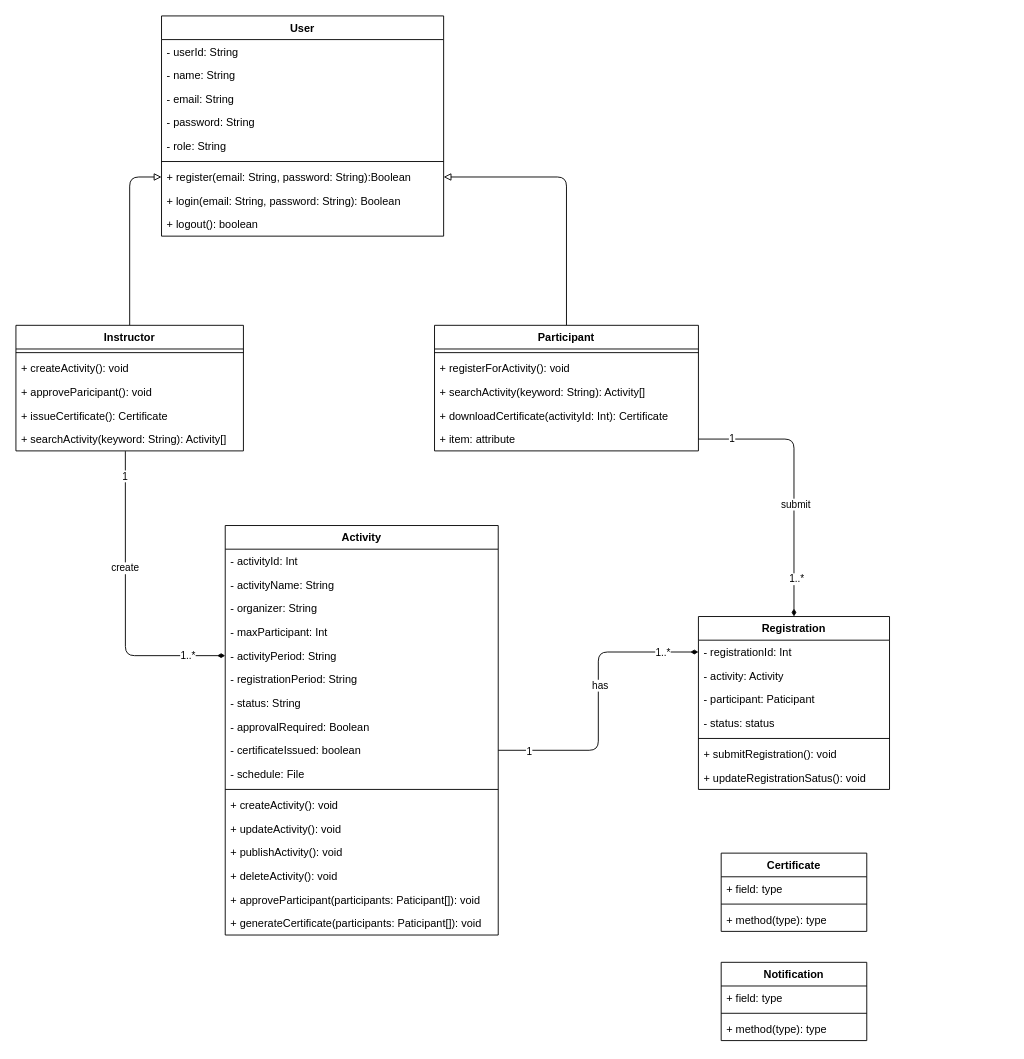
This is classDiagram.drawio from JeyZ9/drawio-oop001, a draw.io file, before an edit. Source tidied: cells renumbered, new cells numbered last; positions are measured from the earlier drawing's top-left corner, leaving out a move shared by most shapes. Both pictures are drawn from the tidied source at 91%, with x=0, y=0 at pixel (15, 15).
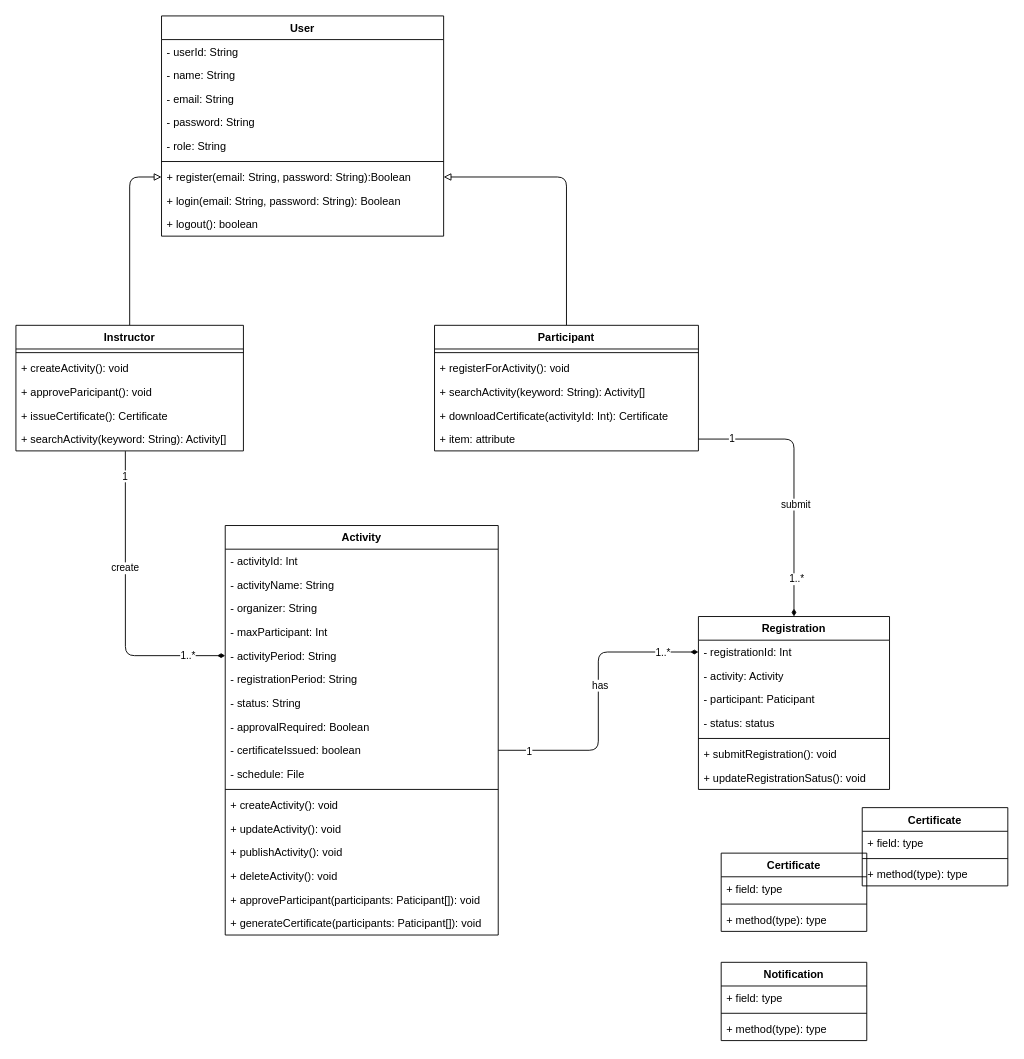
After the change.

What changed in the source:
```diff
@@
+    <mxCell id="72" value="Certificate" style="swimlane;fontStyle=1;align=center;verticalAlign=top;horizontal=1;startSize=26;" parent="1" vertex="1">
+      <mxGeometry x="930" y="870" width="160" height="86" as="geometry" />
+    </mxCell>
+    <mxCell id="73" value="+ field: type" style="text;strokeColor=none;fillColor=none;align=left;verticalAlign=top;spacingLeft=4;spacingRight=4;overflow=hidden;" parent="72" vertex="1">
+      <mxGeometry y="26" width="160" height="26" as="geometry" />
+    </mxCell>
+    <mxCell id="74" style="line;strokeWidth=1;fillColor=none;align=left;verticalAlign=middle;spacingTop=-1;spacingLeft=3;spacingRight=3;labelPosition=right;strokeColor=inherit;" parent="72" vertex="1">
+      <mxGeometry y="52" width="160" height="8" as="geometry" />
+    </mxCell>
+    <mxCell id="75" value="+ method(type): type" style="text;strokeColor=none;fillColor=none;align=left;verticalAlign=top;spacingLeft=4;spacingRight=4;overflow=hidden;" parent="72" vertex="1">
+      <mxGeometry y="60" width="160" height="26" as="geometry" />
+    </mxCell>
```
